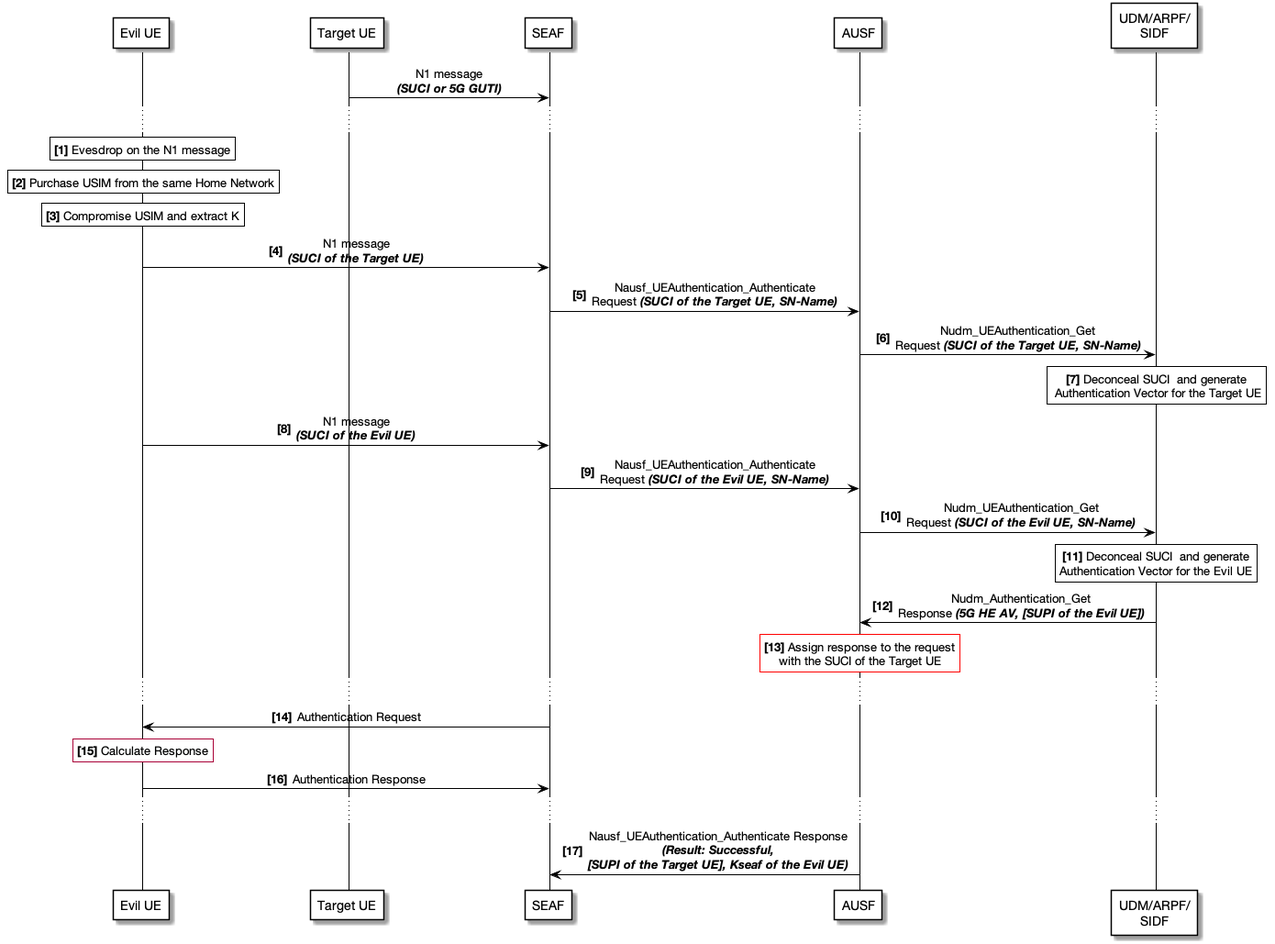
The PlantUML diagram Paper/uml/vulnerability_v1.png in rbroesamle/5G-AKA-Protocol, before a commit.
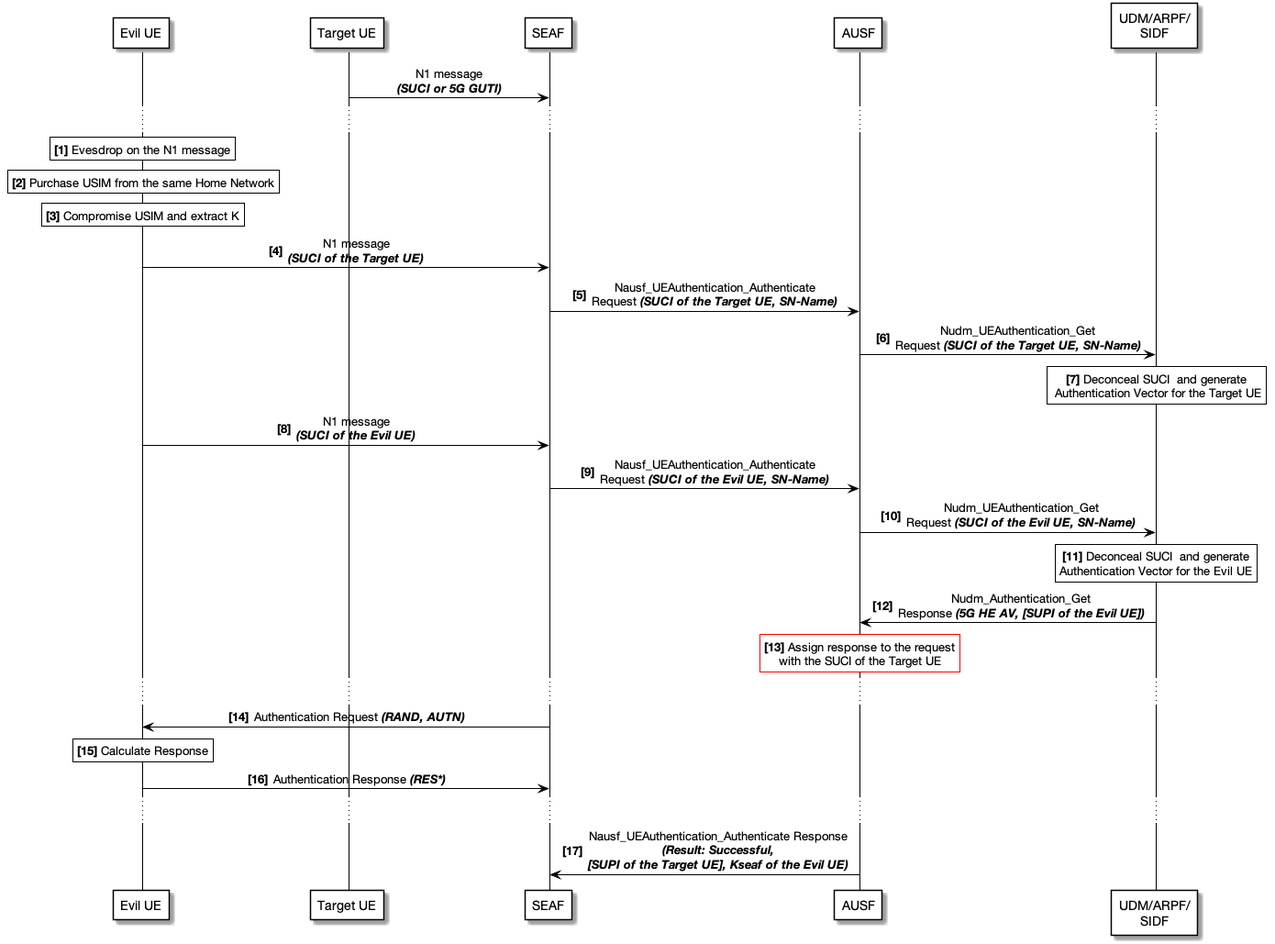
The same diagram one commit later.

Commit message:
Finished describing the security vulnerability.

What changed in the source:
```diff
@@ -80,15 +80,15 @@
 
 autonumber 14 "<b>[0]"
 
-SEAF -> evilUE : Authentication Request
+SEAF -> evilUE : Authentication Request //**(RAND, AUTN)**//
 
-rnote <<note>> over evilUE
+rnote <<note>> <<black>> over evilUE
 **[15]** Calculate Response
 end note
 
 autonumber 16 "<b>[0]"
 
-evilUE -> SEAF : Authentication Response
+evilUE -> SEAF : Authentication Response //**(RES*)**//
 
 ...
 
```
